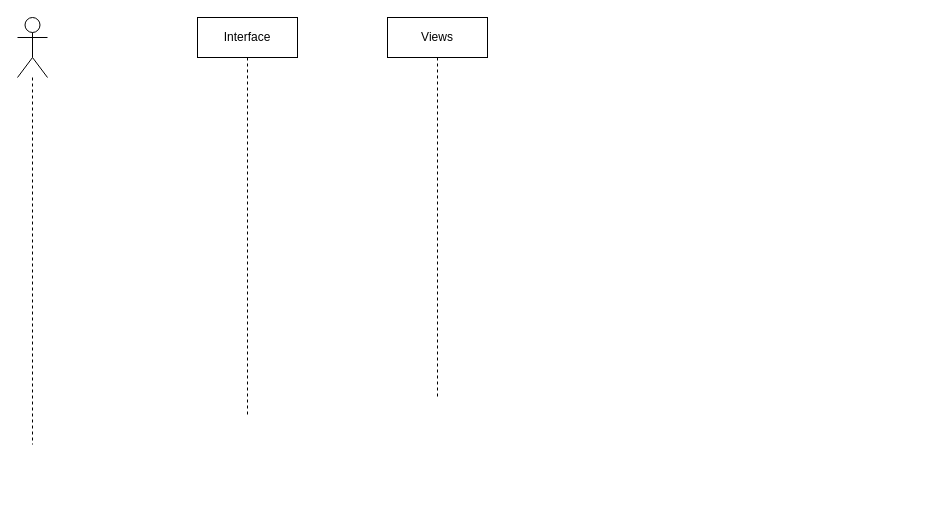
Before: consulter_instruction_temps.drawio in CabrelFeukeng/pp, a draw.io diagram. Source tidied: cells renumbered, new cells numbered last; positions are measured from the earlier drawing's top-left corner, leaving out a move shared by most shapes. Both pictures are drawn from the tidied source at 100%, with x=0, y=0 at pixel (17, 17).
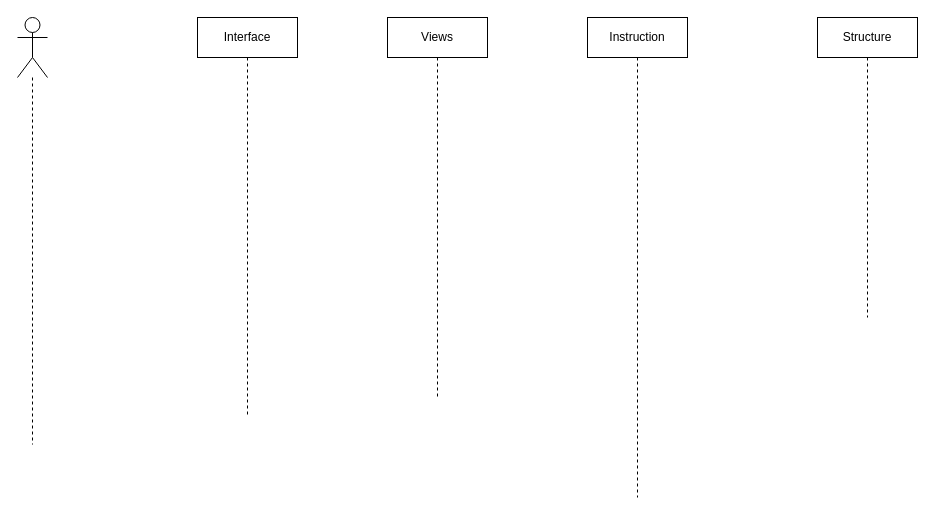
The same diagram, later.

Commit message (it also covers changes not shown here):
Mettre à jour consulter_instruction_temps.drawio

Diff of the diagram source:
```diff
@@
 <mxGraphModel>
   <root>
     <mxCell id="0" />
     <mxCell id="1" parent="0" />
     <mxCell id="2" style="shape=umlLifeline;perimeter=lifelinePerimeter;whiteSpace=wrap;html=1;newEdgeStyle={&quot;curved&quot;:0,&quot;rounded&quot;:0};participant=umlActor;size=60;" parent="1" vertex="1">
       <mxGeometry width="30" height="427" as="geometry" />
     </mxCell>
     <mxCell id="3" value="Interface" style="shape=umlLifeline;perimeter=lifelinePerimeter;whiteSpace=wrap;html=1;newEdgeStyle={&quot;curved&quot;:0,&quot;rounded&quot;:0};" parent="1" vertex="1">
       <mxGeometry x="180" width="100" height="400" as="geometry" />
     </mxCell>
     <mxCell id="4" value="Views" style="shape=umlLifeline;perimeter=lifelinePerimeter;whiteSpace=wrap;html=1;newEdgeStyle={&quot;curved&quot;:0,&quot;rounded&quot;:0};" parent="1" vertex="1">
       <mxGeometry x="370" width="100" height="380" as="geometry" />
     </mxCell>
+    <mxCell id="5" value="Instruction" style="shape=umlLifeline;perimeter=lifelinePerimeter;whiteSpace=wrap;html=1;newEdgeStyle={&quot;curved&quot;:0,&quot;rounded&quot;:0};" parent="1" vertex="1">
+      <mxGeometry x="570" width="100" height="480" as="geometry" />
+    </mxCell>
+    <mxCell id="6" value="Structure" style="shape=umlLifeline;perimeter=lifelinePerimeter;whiteSpace=wrap;html=1;newEdgeStyle={&quot;curved&quot;:0,&quot;rounded&quot;:0};" parent="1" vertex="1">
+      <mxGeometry x="800" width="100" height="300" as="geometry" />
+    </mxCell>
   </root>
 </mxGraphModel>
```
